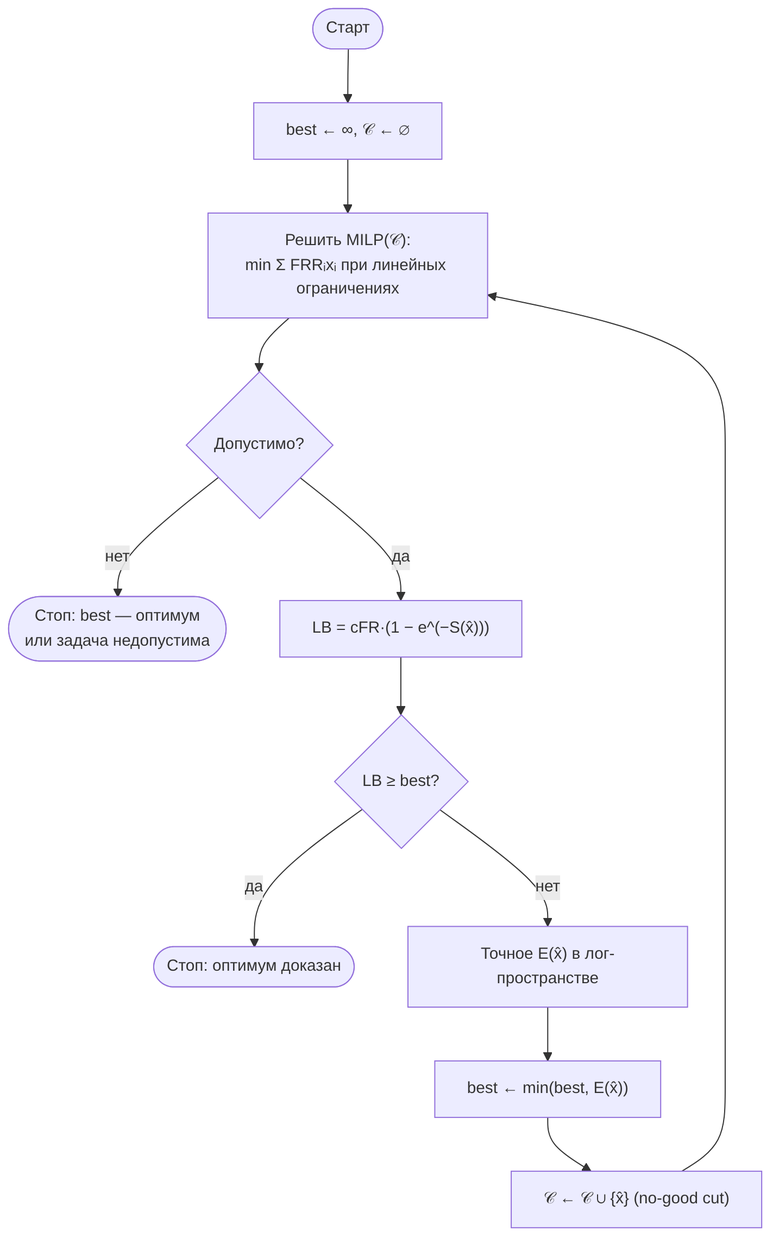
The Mermaid diagram docs/diagrams/10-certified-ilp-algorithm.png in DcNi3L/bioauth-optimizer, before a commit. Its source is kept beside it as docs/diagrams/10-certified-ilp-algorithm.mmd.
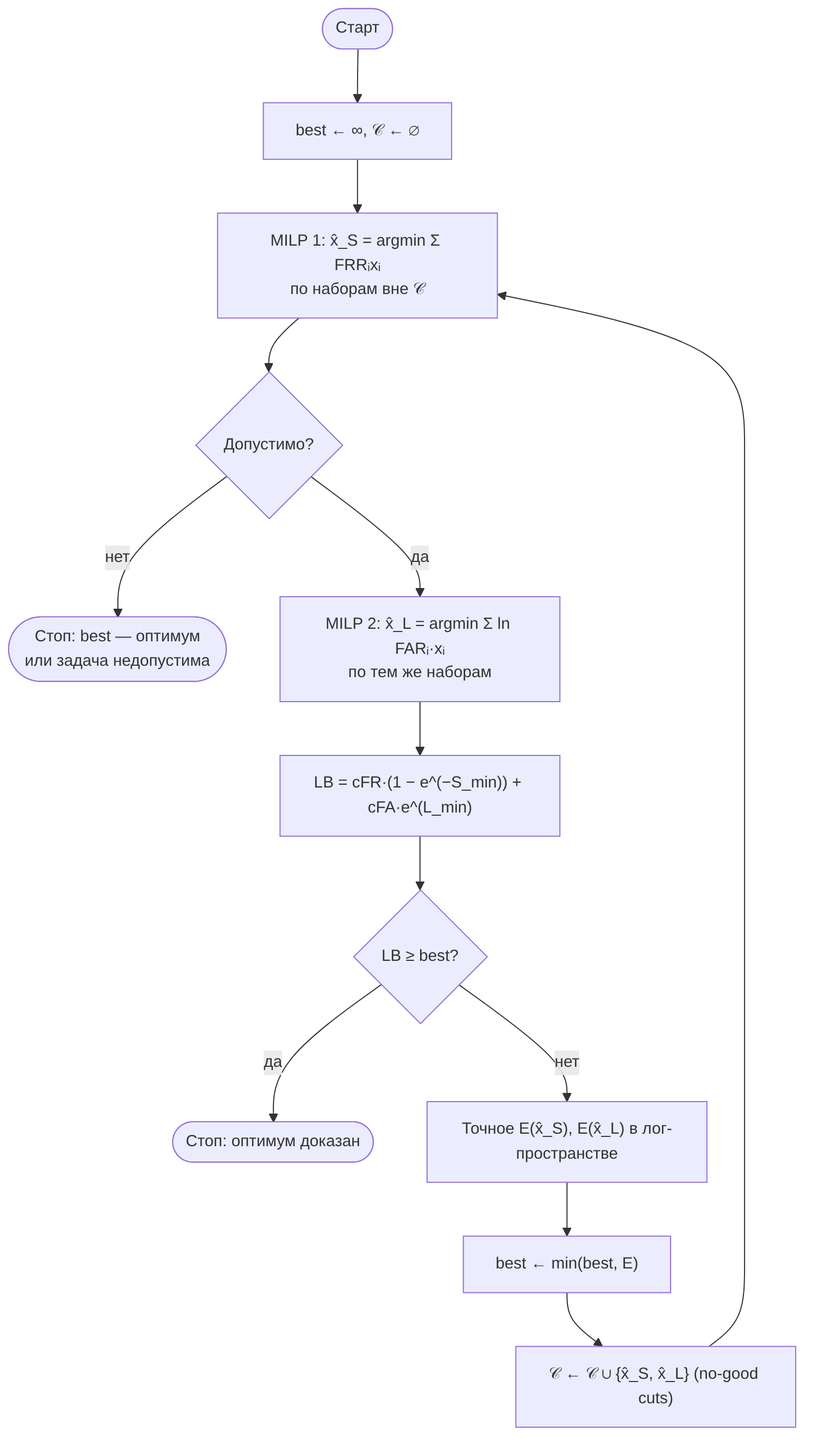
The same diagram one commit later.

What changed in the source:
```diff
@@ -1,12 +1,13 @@
 flowchart TD
   A([Старт]) --> B["best ← ∞, 𝒞 ← ∅"]
-  B --> C["Решить MILP(𝒞):<br/>min Σ FRRᵢxᵢ при линейных ограничениях"]
+  B --> C["MILP 1: x̂_S = argmin Σ FRRᵢxᵢ<br/>по наборам вне 𝒞"]
   C --> D{Допустимо?}
   D -- нет --> Z([Стоп: best — оптимум<br/>или задача недопустима])
-  D -- да --> E["LB = cFR·(1 − e^(−S(x̂)))"]
+  D -- да --> C2["MILP 2: x̂_L = argmin Σ ln FARᵢ·xᵢ<br/>по тем же наборам"]
+  C2 --> E["LB = cFR·(1 − e^(−S_min)) + cFA·e^(L_min)"]
   E --> F{LB ≥ best?}
   F -- да --> Z2([Стоп: оптимум доказан])
-  F -- нет --> G["Точное E(x̂) в лог-пространстве"]
-  G --> H["best ← min(best, E(x̂))"]
-  H --> I["𝒞 ← 𝒞 ∪ {x̂} (no-good cut)"]
+  F -- нет --> G["Точное E(x̂_S), E(x̂_L) в лог-пространстве"]
+  G --> H["best ← min(best, E)"]
+  H --> I["𝒞 ← 𝒞 ∪ {x̂_S, x̂_L} (no-good cuts)"]
   I --> C
```
